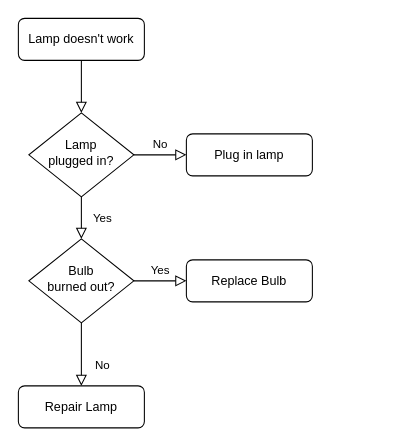
Above: Untitled Diagram.drawio in mryangjie/deskNotice (draw.io), before the change. Source tidied: cells renumbered, new cells numbered last; positions are measured from the earlier drawing's top-left corner, leaving out a move shared by most shapes. Both pictures are drawn from the tidied source at 105%, with x=0, y=0 at pixel (18, 18).
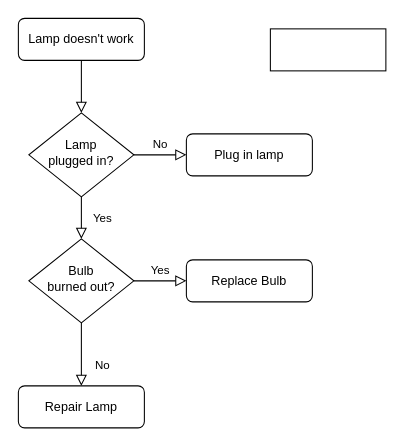
The same page after the edit.

Change to the diagram source:
```diff
@@
 <mxGraphModel>
   <root>
     <mxCell id="0" />
     <mxCell id="1" parent="0" />
     <mxCell id="2" style="rounded=0;html=1;jettySize=auto;fontSize=11;endArrow=block;endFill=0;endSize=8;strokeWidth=1;shadow=0;labelBackgroundColor=none;edgeStyle=orthogonalEdgeStyle;" parent="1" edge="1" source="3" target="6">
       <mxGeometry relative="1" as="geometry" />
     </mxCell>
     <mxCell id="3" value="Lamp doesn't work" style="rounded=1;whiteSpace=wrap;html=1;fontSize=12;glass=0;strokeWidth=1;shadow=0;" parent="1" vertex="1">
       <mxGeometry width="120" height="40" as="geometry" />
     </mxCell>
     <mxCell id="4" value="Yes" style="rounded=0;html=1;jettySize=auto;fontSize=11;endArrow=block;endFill=0;endSize=8;strokeWidth=1;shadow=0;labelBackgroundColor=none;edgeStyle=orthogonalEdgeStyle;" parent="1" edge="1" source="6" target="10">
       <mxGeometry y="20" relative="1" as="geometry" />
     </mxCell>
     <mxCell id="5" value="No" style="edgeStyle=orthogonalEdgeStyle;rounded=0;html=1;jettySize=auto;fontSize=11;endArrow=block;endFill=0;endSize=8;strokeWidth=1;shadow=0;labelBackgroundColor=none;" parent="1" edge="1" source="6" target="7">
       <mxGeometry y="10" relative="1" as="geometry" />
     </mxCell>
     <mxCell id="6" value="Lamp&lt;br&gt;plugged in?" style="rhombus;whiteSpace=wrap;html=1;shadow=0;fontFamily=Helvetica;fontSize=12;align=center;strokeWidth=1;spacing=6;spacingTop=-4;" parent="1" vertex="1">
       <mxGeometry x="10" y="90" width="100" height="80" as="geometry" />
     </mxCell>
     <mxCell id="7" value="Plug in lamp" style="rounded=1;whiteSpace=wrap;html=1;fontSize=12;glass=0;strokeWidth=1;shadow=0;" parent="1" vertex="1">
       <mxGeometry x="160" y="110" width="120" height="40" as="geometry" />
     </mxCell>
     <mxCell id="8" value="No" style="rounded=0;html=1;jettySize=auto;fontSize=11;endArrow=block;endFill=0;endSize=8;strokeWidth=1;shadow=0;labelBackgroundColor=none;edgeStyle=orthogonalEdgeStyle;" parent="1" edge="1" source="10" target="11">
       <mxGeometry x="0.33" y="20" relative="1" as="geometry" />
     </mxCell>
     <mxCell id="9" value="Yes" style="edgeStyle=orthogonalEdgeStyle;rounded=0;html=1;jettySize=auto;fontSize=11;endArrow=block;endFill=0;endSize=8;strokeWidth=1;shadow=0;labelBackgroundColor=none;" parent="1" edge="1" source="10" target="12">
       <mxGeometry y="10" relative="1" as="geometry" />
     </mxCell>
     <mxCell id="10" value="Bulb&lt;br&gt;burned out?" style="rhombus;whiteSpace=wrap;html=1;shadow=0;fontFamily=Helvetica;fontSize=12;align=center;strokeWidth=1;spacing=6;spacingTop=-4;" parent="1" vertex="1">
       <mxGeometry x="10" y="210" width="100" height="80" as="geometry" />
     </mxCell>
     <mxCell id="11" value="Repair Lamp" style="rounded=1;whiteSpace=wrap;html=1;fontSize=12;glass=0;strokeWidth=1;shadow=0;" parent="1" vertex="1">
       <mxGeometry y="350" width="120" height="40" as="geometry" />
     </mxCell>
     <mxCell id="12" value="Replace Bulb" style="rounded=1;whiteSpace=wrap;html=1;fontSize=12;glass=0;strokeWidth=1;shadow=0;" parent="1" vertex="1">
       <mxGeometry x="160" y="230" width="120" height="40" as="geometry" />
     </mxCell>
+    <mxCell id="13" style="rounded=0;whiteSpace=wrap;html=1;hachureGap=4;" parent="1" vertex="1">
+      <mxGeometry x="240" y="10" width="110" height="40" as="geometry" />
+    </mxCell>
   </root>
 </mxGraphModel>
```
